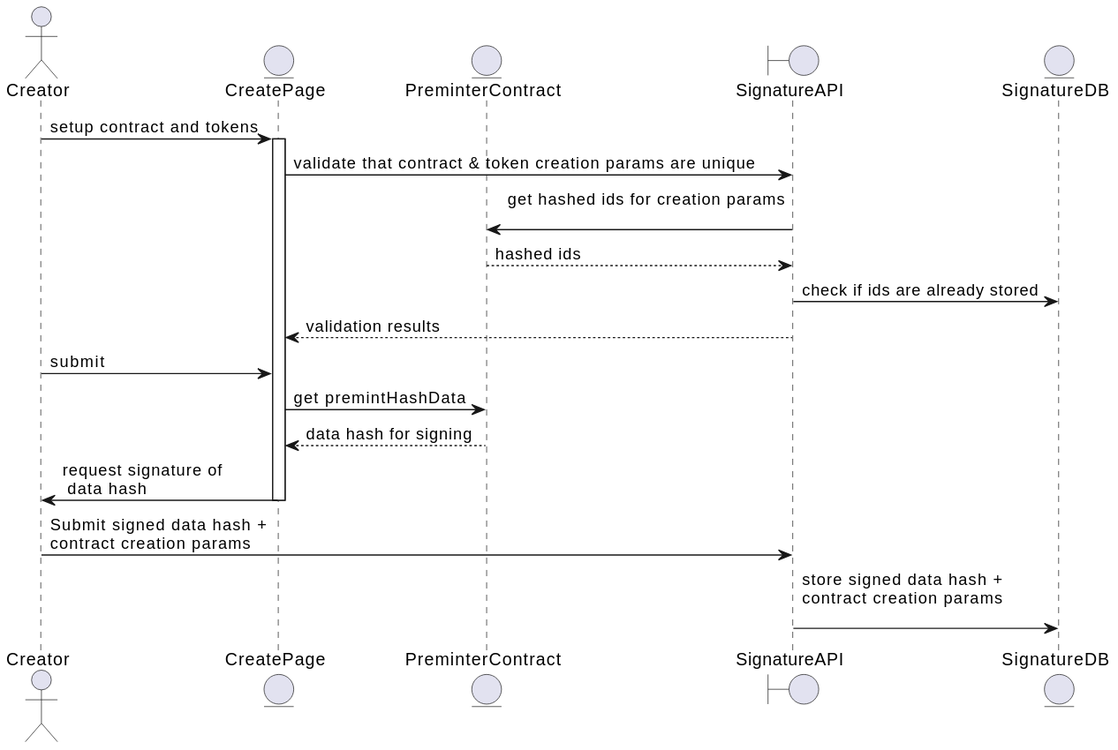
The PlantUML diagram uml/generated/gasslessCreate-creation.svg in ourzora/zora-protocol, before a commit.
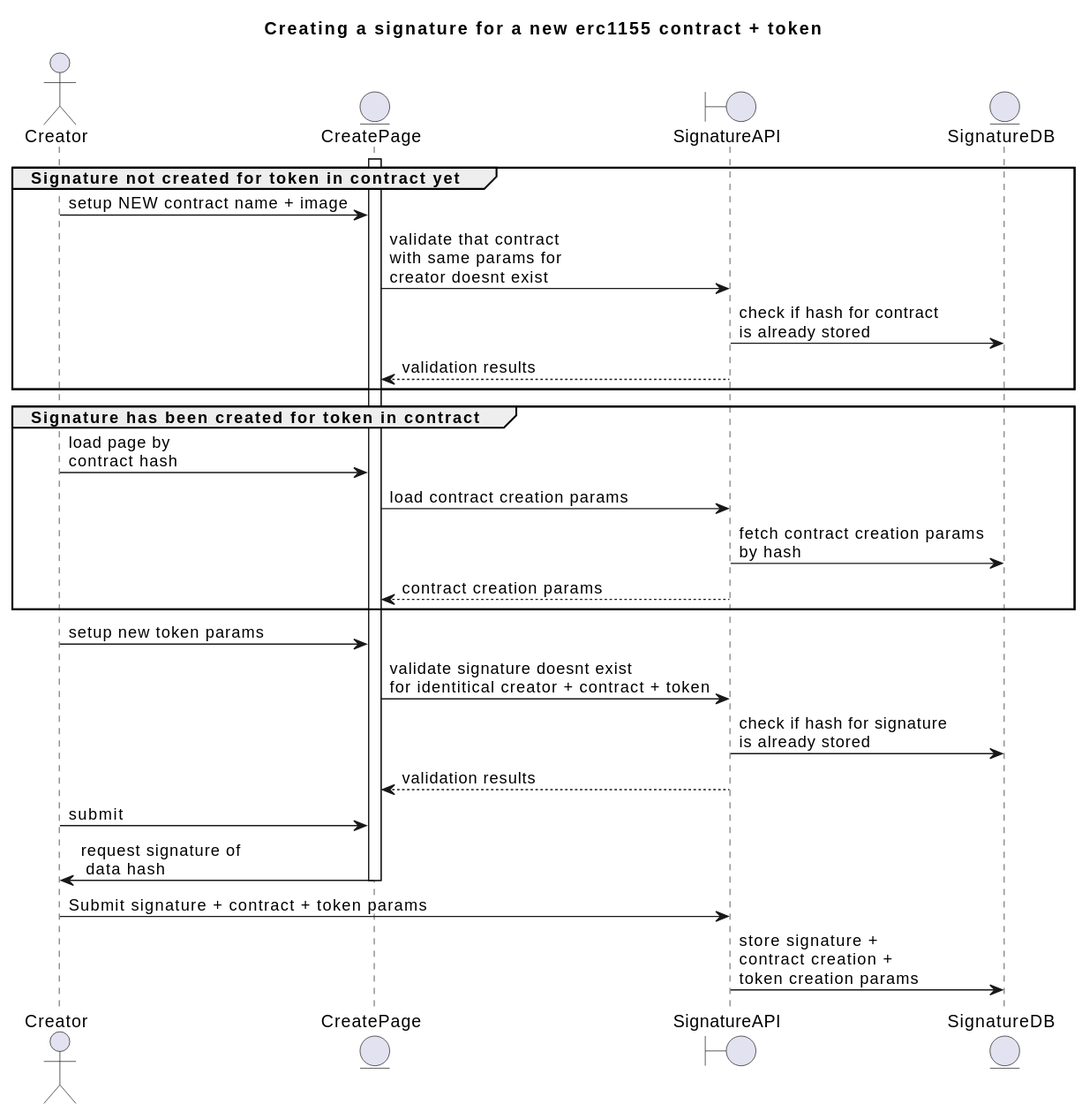
After the commit.

What changed in the source:
```diff
@@ -1,22 +1,38 @@
 @startuml
+title Creating a signature for a new erc1155 contract + token
+
 actor Creator
 entity CreatePage
-entity PreminterContract
 boundary SignatureAPI
 entity SignatureDB
 
-Creator -> CreatePage: setup contract and tokens
-activate CreatePage
-CreatePage -> SignatureAPI: validate that contract & token creation params are unique
-SignatureAPI -> PreminterContract: get hashed ids for creation params\n
-PreminterContract --> SignatureAPI: hashed ids
-SignatureAPI -> SignatureDB: check if ids are already stored
+
+Group Signature not created for token in contract yet
+
+  activate CreatePage
+  Creator -> CreatePage: setup NEW contract name + image
+  CreatePage -> SignatureAPI: validate that contract \nwith same params for\ncreator doesnt exist
+  SignatureAPI -> SignatureDB: check if hash for contract\nis already stored
+  SignatureAPI --> CreatePage: validation results
+
+end
+
+Group Signature has been created for token in contract
+
+  Creator -> CreatePage: load page by\ncontract hash
+  CreatePage -> SignatureAPI: load contract creation params
+  SignatureAPI -> SignatureDB: fetch contract creation params\nby hash
+  SignatureAPI --> CreatePage: contract creation params
+
+end
+
+Creator -> CreatePage: setup new token params
+CreatePage -> SignatureAPI: validate signature doesnt exist\nfor identitical creator + contract + token
+SignatureAPI -> SignatureDB: check if hash for signature\nis already stored
 SignatureAPI --> CreatePage: validation results
 Creator -> CreatePage: submit
-CreatePage -> PreminterContract: get premintHashData
-PreminterContract --> CreatePage: data hash for signing
 CreatePage -> Creator: request signature of\n data hash
 deactivate CreatePage
-Creator -> SignatureAPI: Submit signed data hash +\ncontract creation params
-SignatureAPI -> SignatureDB: store signed data hash +\ncontract creation params\n
+Creator -> SignatureAPI: Submit signature + contract + token params
+SignatureAPI -> SignatureDB: store signature + \ncontract creation + \ntoken creation params
 @enduml
```
